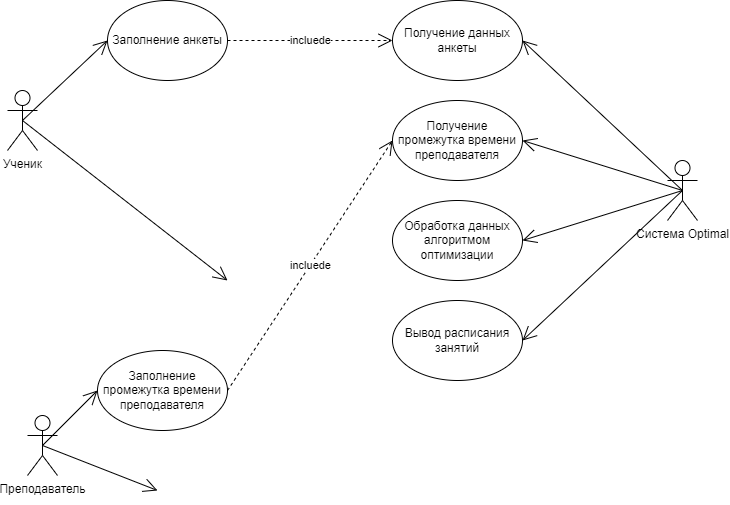
This is Use_Case.png from watashinonericell/myrepos, a draw.io export, as it was before one commit. Source tidied: cells renumbered, new cells last; positions are measured from the earlier drawing's top-left corner, leaving out a move shared by most shapes.
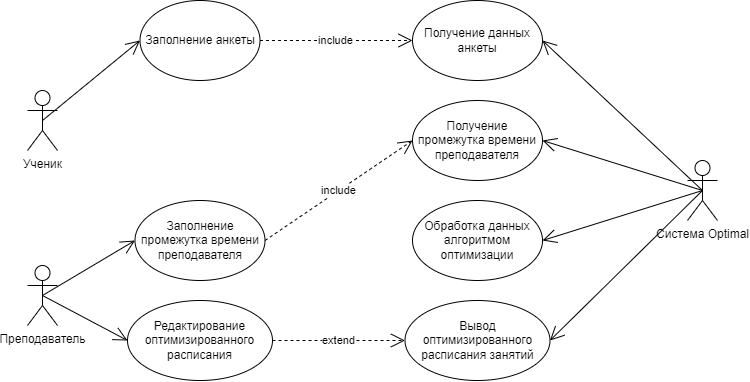
After the commit.

Diff of the diagram source:
```diff
@@ -3,7 +3,7 @@
     <mxCell id="0" />
     <mxCell id="1" parent="0" />
     <mxCell id="2" value="Заполнение анкеты" style="ellipse;whiteSpace=wrap;html=1;" parent="1" vertex="1">
-      <mxGeometry x="100" width="120" height="80" as="geometry" />
+      <mxGeometry x="112.5" width="120" height="80" as="geometry" />
     </mxCell>
     <mxCell id="3" value="Ученик&lt;br&gt;" style="shape=umlActor;verticalLabelPosition=bottom;verticalAlign=top;html=1;" parent="1" vertex="1">
       <mxGeometry y="90" width="30" height="60" as="geometry" />
@@ -11,24 +11,17 @@
     <mxCell id="4" style="endArrow=open;endFill=1;endSize=12;html=1;rounded=0;entryX=0;entryY=0.5;entryDx=0;entryDy=0;exitX=0.5;exitY=0.5;exitDx=0;exitDy=0;exitPerimeter=0;" parent="1" edge="1" source="3" target="2">
       <mxGeometry relative="1" as="geometry" />
     </mxCell>
-    <mxCell id="5" style="endArrow=open;endFill=1;endSize=12;html=1;rounded=0;exitX=0.5;exitY=0.5;exitDx=0;exitDy=0;exitPerimeter=0;" parent="1" edge="1" source="3">
-      <mxGeometry relative="1" as="geometry">
-        <mxPoint x="220" y="280" as="targetPoint" />
-      </mxGeometry>
-    </mxCell>
     <mxCell id="6" value="Преподаватель" style="shape=umlActor;verticalLabelPosition=bottom;verticalAlign=top;html=1;" parent="1" vertex="1">
-      <mxGeometry x="20" y="415" width="30" height="60" as="geometry" />
+      <mxGeometry y="265" width="30" height="60" as="geometry" />
     </mxCell>
     <mxCell id="7" value="Заполнение промежутка времени преподавателя" style="ellipse;whiteSpace=wrap;html=1;" parent="1" vertex="1">
-      <mxGeometry x="90" y="350" width="130" height="80" as="geometry" />
+      <mxGeometry x="107.5" y="200" width="130" height="80" as="geometry" />
     </mxCell>
     <mxCell id="8" style="endArrow=open;endFill=1;endSize=12;html=1;rounded=0;entryX=0;entryY=0.5;entryDx=0;entryDy=0;exitX=0.5;exitY=0.5;exitDx=0;exitDy=0;exitPerimeter=0;" parent="1" edge="1" source="6" target="7">
       <mxGeometry relative="1" as="geometry" />
     </mxCell>
-    <mxCell id="9" style="endArrow=open;endFill=1;endSize=12;html=1;rounded=0;exitX=0.5;exitY=0.5;exitDx=0;exitDy=0;exitPerimeter=0;" parent="1" edge="1" source="6">
-      <mxGeometry relative="1" as="geometry">
-        <mxPoint x="150" y="490" as="targetPoint" />
-      </mxGeometry>
+    <mxCell id="9" style="endArrow=open;endFill=1;endSize=12;html=1;rounded=0;exitX=0.5;exitY=0.5;exitDx=0;exitDy=0;exitPerimeter=0;entryX=0;entryY=0.5;entryDx=0;entryDy=0;" parent="1" edge="1" source="6" target="21">
+      <mxGeometry relative="1" as="geometry" />
     </mxCell>
     <mxCell id="10" value="Получение данных анкеты" style="ellipse;whiteSpace=wrap;html=1;" parent="1" vertex="1">
       <mxGeometry x="385" width="130" height="80" as="geometry" />
@@ -36,8 +29,8 @@
     <mxCell id="11" value="Обработка данных алгоритмом оптимизации" style="ellipse;whiteSpace=wrap;html=1;" parent="1" vertex="1">
       <mxGeometry x="385" y="200" width="130" height="80" as="geometry" />
     </mxCell>
-    <mxCell id="12" value="Вывод расписания занятий" style="ellipse;whiteSpace=wrap;html=1;" parent="1" vertex="1">
-      <mxGeometry x="385" y="300" width="130" height="80" as="geometry" />
+    <mxCell id="12" value="Вывод оптимизированного расписания занятий" style="ellipse;whiteSpace=wrap;html=1;" parent="1" vertex="1">
+      <mxGeometry x="377.5" y="300" width="145" height="80" as="geometry" />
     </mxCell>
     <mxCell id="13" value="Получение промежутка времени преподавателя" style="ellipse;whiteSpace=wrap;html=1;" parent="1" vertex="1">
       <mxGeometry x="385" y="100" width="130" height="80" as="geometry" />
@@ -57,11 +50,17 @@
     <mxCell id="18" style="endArrow=open;endFill=1;endSize=12;html=1;rounded=0;entryX=1;entryY=0.5;entryDx=0;entryDy=0;exitX=0.5;exitY=0.5;exitDx=0;exitDy=0;exitPerimeter=0;" parent="1" edge="1" source="14" target="12">
       <mxGeometry relative="1" as="geometry" />
     </mxCell>
-    <mxCell id="19" value="incluede" style="endArrow=open;endSize=12;dashed=1;html=1;rounded=0;exitX=1;exitY=0.5;exitDx=0;exitDy=0;entryX=0;entryY=0.5;entryDx=0;entryDy=0;" parent="1" edge="1" source="2" target="10">
+    <mxCell id="19" value="include" style="endArrow=open;endSize=12;dashed=1;html=1;rounded=0;exitX=1;exitY=0.5;exitDx=0;exitDy=0;entryX=0;entryY=0.5;entryDx=0;entryDy=0;" parent="1" edge="1" source="2" target="10">
       <mxGeometry relative="1" as="geometry" />
     </mxCell>
-    <mxCell id="20" value="incluede" style="endArrow=open;endSize=12;dashed=1;html=1;rounded=0;exitX=1;exitY=0.5;exitDx=0;exitDy=0;entryX=0;entryY=0.5;entryDx=0;entryDy=0;" parent="1" edge="1" source="7" target="13">
+    <mxCell id="20" value="include" style="endArrow=open;endSize=12;dashed=1;html=1;rounded=0;exitX=1;exitY=0.5;exitDx=0;exitDy=0;entryX=0;entryY=0.5;entryDx=0;entryDy=0;" parent="1" edge="1" source="7" target="13">
       <mxGeometry relative="1" as="geometry" />
     </mxCell>
+    <mxCell id="21" value="Редактирование оптимизированного расписания" style="ellipse;whiteSpace=wrap;html=1;" parent="1" vertex="1">
+      <mxGeometry x="100" y="300" width="145" height="80" as="geometry" />
+    </mxCell>
+    <mxCell id="22" value="extend" style="endArrow=open;endSize=12;dashed=1;html=1;rounded=0;exitX=1;exitY=0.5;exitDx=0;exitDy=0;entryX=0;entryY=0.5;entryDx=0;entryDy=0;" parent="1" edge="1" source="21" target="12">
+      <mxGeometry relative="1" as="geometry" />
+    </mxCell>
   </root>
 </mxGraphModel>
```
